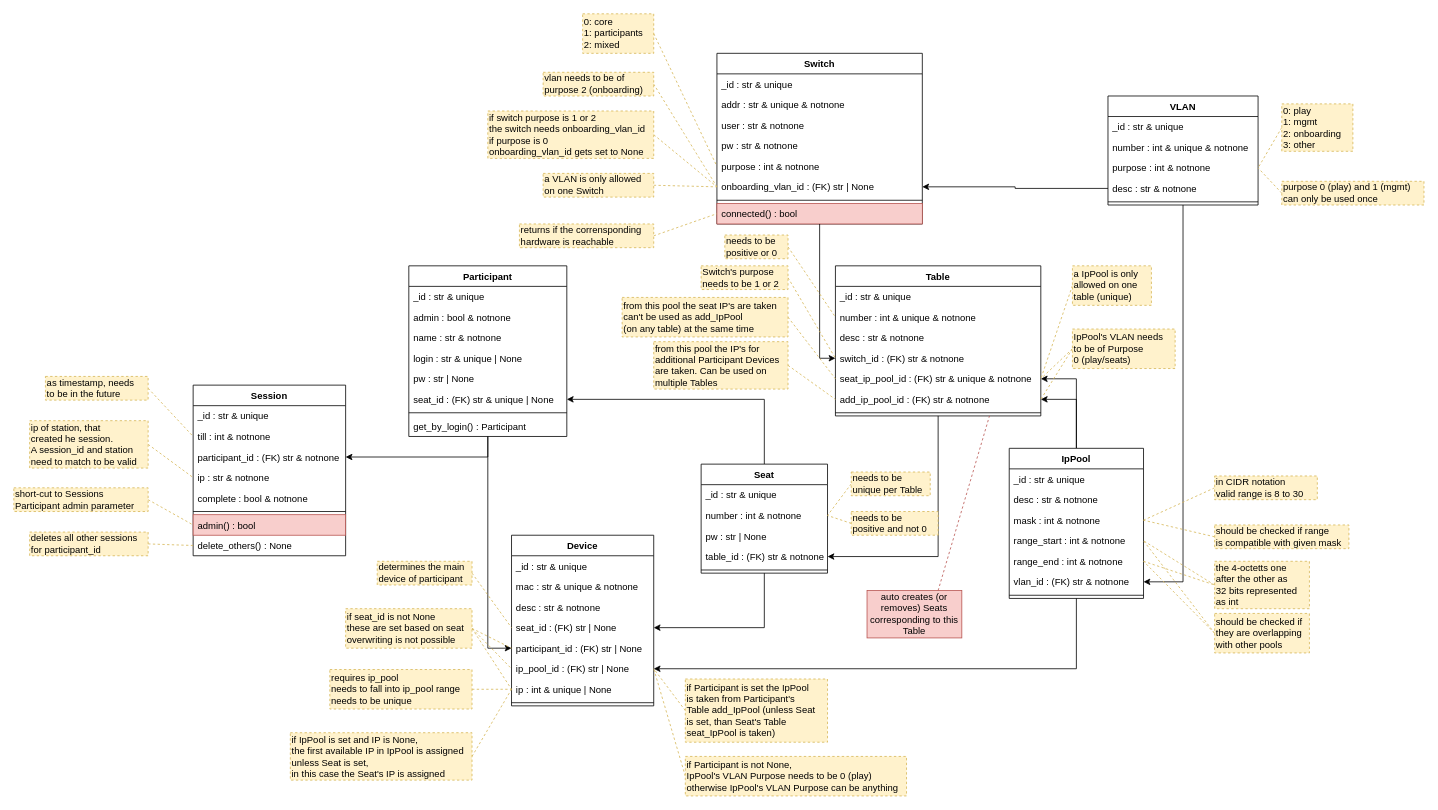
nils-ost/LanPartyOnboardingSystem keeps this draw.io diagram as docs/elements_classes.drawio. Above is the earlier version. Source tidied: cells renumbered, new cells numbered last; positions are measured from the earlier drawing's top-left corner, leaving out a move shared by most shapes. Both pictures are drawn from the tidied source at 79%, with x=0, y=0 at pixel (13, 13).
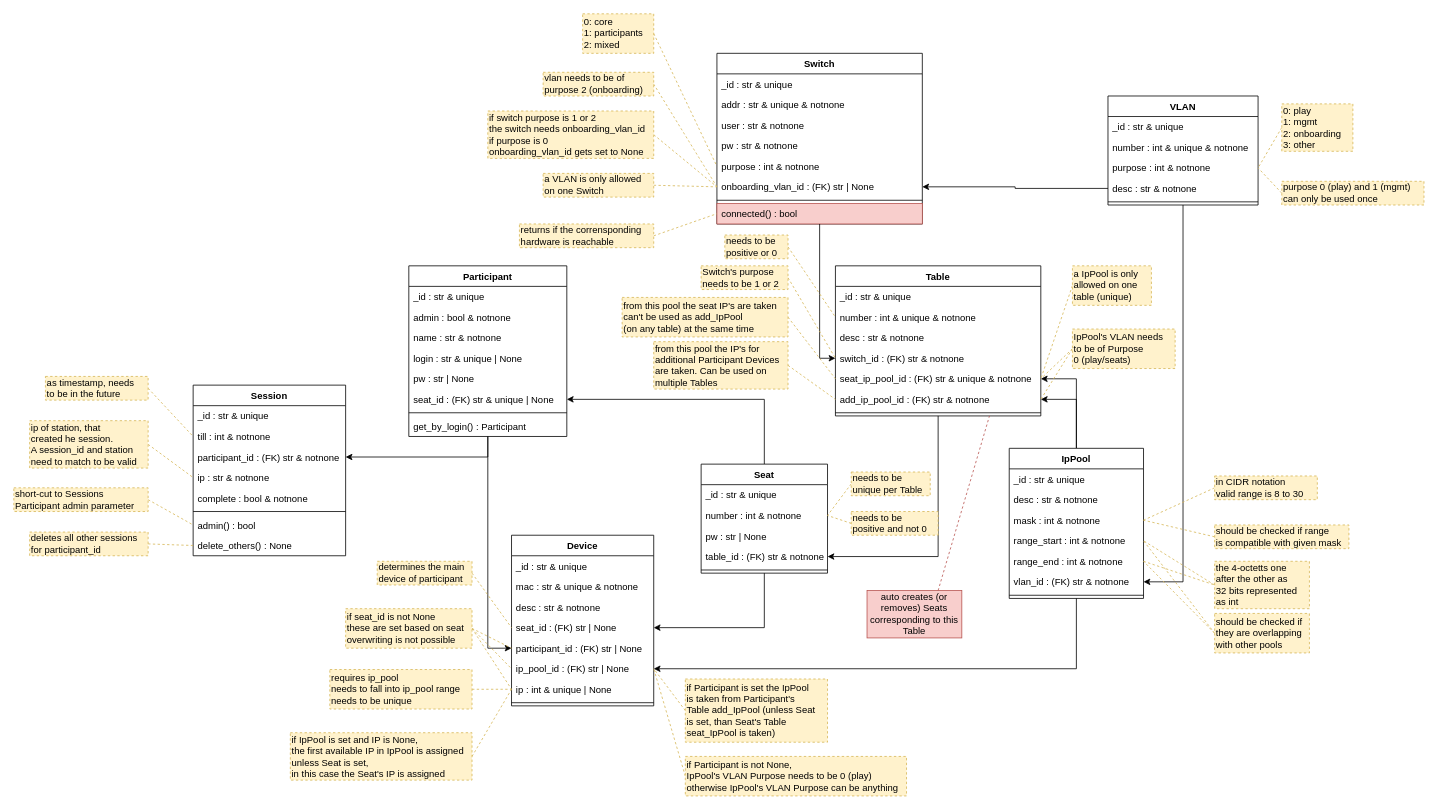
Above is the later version.

The change refers to these unchanged cells:
```xml
<mxCell id="78" value="Session" style="swimlane;fontStyle=1;align=center;verticalAlign=top;horizontal=1;startSize=26;" parent="1" vertex="1">
  <mxGeometry x="227" y="470" width="193" height="216" as="geometry" />
</mxCell>
```

Diff of the diagram source:
```diff
@@
-    <mxCell id="85" value="admin() : bool" style="text;strokeColor=#b85450;fillColor=#f8cecc;align=left;verticalAlign=top;spacingLeft=4;spacingRight=4;overflow=hidden;points=[[0,0.5],[1,0.5]];portConstraint=eastwest;" parent="78" vertex="1">
+    <mxCell id="85" value="admin() : bool" style="text;align=left;verticalAlign=top;spacingLeft=4;spacingRight=4;overflow=hidden;points=[[0,0.5],[1,0.5]];portConstraint=eastwest;" parent="78" vertex="1">
       <mxGeometry y="164" width="193" height="26" as="geometry" />
     </mxCell>
```
